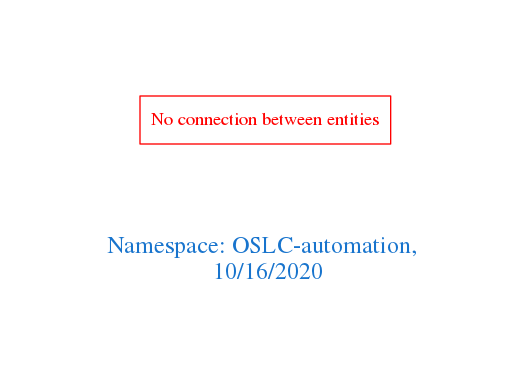
The Graphviz diagram downloads/OSLC-automation.png in arago/OGIT, before a commit. Its source is kept beside it as downloads/OSLC-automation.dot.
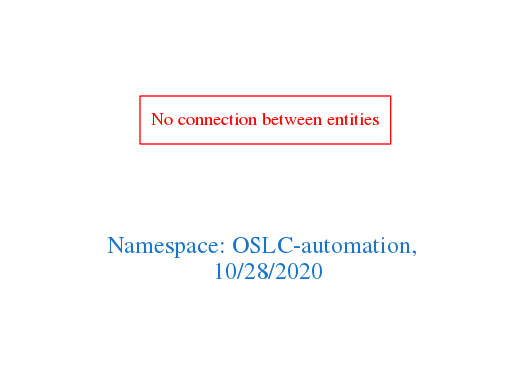
After the commit.

What changed in the source:
```diff
@@ -1,7 +1,7 @@
 digraph OGIT_ontology {
  graph [ rankdir= LR,pad=1
 fontsize = 18,
-fontcolor= dodgerblue3,label = "\n\n\nNamespace: OSLC-automation, \n 10/16/2020"];
+fontcolor= dodgerblue3,label = "\n\n\nNamespace: OSLC-automation, \n 10/28/2020"];
 node[shape=polygon];
 edge [  color="gray81"];
 
```
